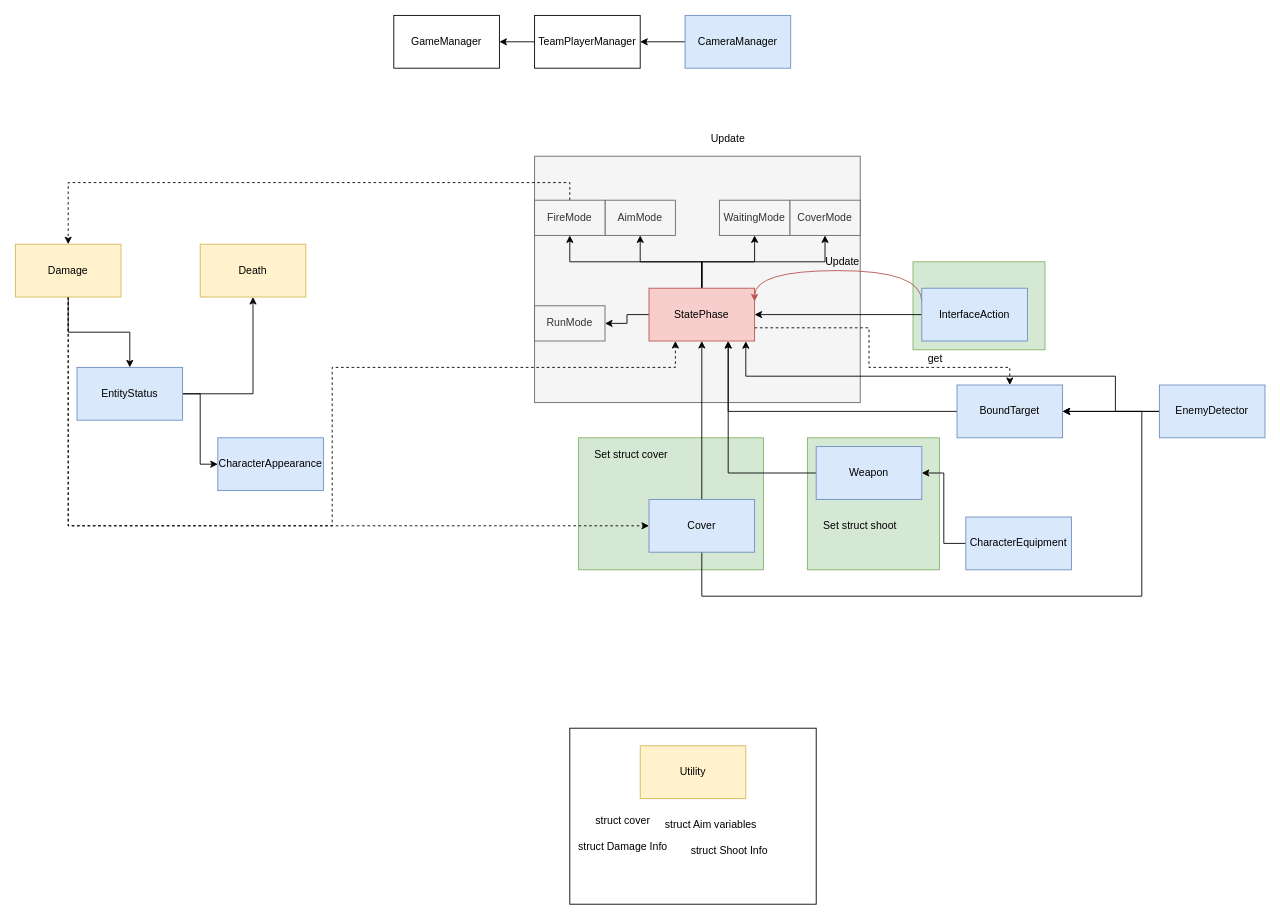
Before: Draw io/Cover and Fire programing scheme.drawio in ludoxe/Cover-and-Fire, a draw.io diagram. Source tidied: cells renumbered, new cells numbered last; positions are measured from the earlier drawing's top-left corner, leaving out a move shared by most shapes. Both pictures are drawn from the tidied source at 88%, with x=0, y=0 at pixel (15, 15).
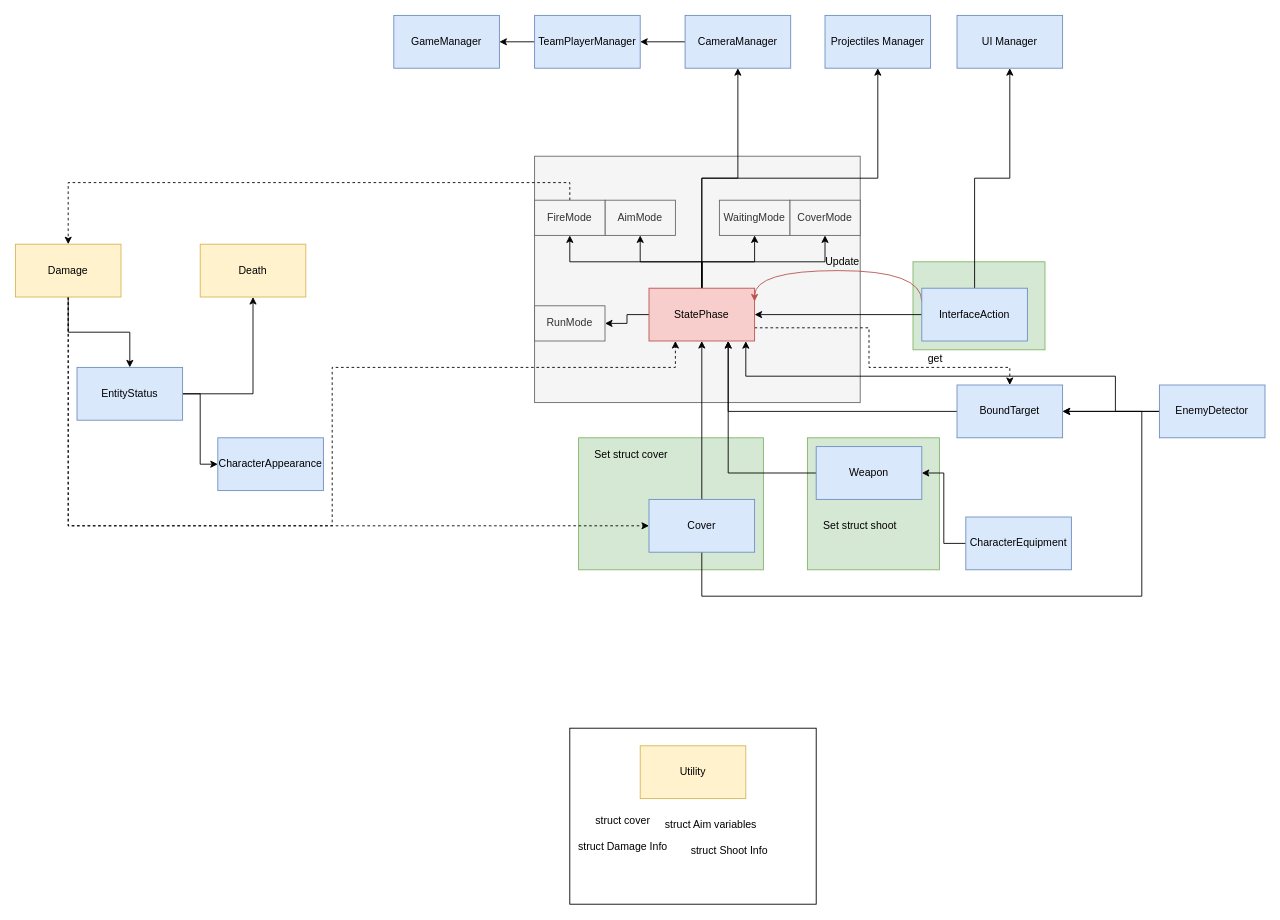
Above is the later version.

Unchanged cells that the change refers to:
```xml
<mxCell id="12" value="StatePhase" style="rounded=0;whiteSpace=wrap;html=1;fillColor=#f8cecc;strokeColor=#b85450;" parent="1" vertex="1">
  <mxGeometry x="720" y="310" width="120" height="60" as="geometry" />
</mxCell>
<mxCell id="18" value="InterfaceAction" style="rounded=0;whiteSpace=wrap;html=1;fillColor=#dae8fc;strokeColor=#6c8ebf;" parent="1" vertex="1">
  <mxGeometry x="1030" y="310" width="120" height="60" as="geometry" />
</mxCell>
<mxCell id="57" value="CameraManager" style="whiteSpace=wrap;html=1;fillColor=#dae8fc;strokeColor=#6c8ebf;" parent="1" vertex="1">
  <mxGeometry x="761" width="120" height="60" as="geometry" />
</mxCell>
```

Change to the diagram source:
```diff
@@
+    <mxCell id="60" style="edgeStyle=orthogonalEdgeStyle;rounded=0;jettySize=auto;html=1;exitX=0.5;exitY=0;exitDx=0;exitDy=0;entryX=0.5;entryY=1;entryDx=0;entryDy=0;" parent="1" edge="1" source="12" target="63">
+      <mxGeometry relative="1" as="geometry" />
+    </mxCell>
+    <mxCell id="61" style="edgeStyle=orthogonalEdgeStyle;rounded=0;jettySize=auto;html=1;exitX=0.5;exitY=0;exitDx=0;exitDy=0;" parent="1" edge="1" source="12" target="57">
+      <mxGeometry relative="1" as="geometry" />
+    </mxCell>
@@
+    <mxCell id="62" style="edgeStyle=orthogonalEdgeStyle;rounded=0;jettySize=auto;html=1;exitX=0.5;exitY=0;exitDx=0;exitDy=0;entryX=0.5;entryY=1;entryDx=0;entryDy=0;" parent="1" edge="1" source="18" target="64">
+      <mxGeometry relative="1" as="geometry" />
+    </mxCell>
@@
-    <mxCell id="52" value="GameManager" style="whiteSpace=wrap;html=1;" parent="1" vertex="1">
+    <mxCell id="52" value="GameManager" style="whiteSpace=wrap;html=1;fillColor=#dae8fc;strokeColor=#6c8ebf;" parent="1" vertex="1">
       <mxGeometry x="430" width="120" height="60" as="geometry" />
     </mxCell>
@@
-    <mxCell id="55" value="TeamPlayerManager" style="whiteSpace=wrap;html=1;" parent="1" vertex="1">
+    <mxCell id="55" value="TeamPlayerManager" style="whiteSpace=wrap;html=1;fillColor=#dae8fc;strokeColor=#6c8ebf;" parent="1" vertex="1">
       <mxGeometry x="590" width="120" height="60" as="geometry" />
     </mxCell>
@@
-    <mxCell id="58" value="Update" style="text;html=1;strokeColor=none;fillColor=none;align=center;verticalAlign=middle;whiteSpace=wrap;rounded=0;" parent="1" vertex="1">
-      <mxGeometry x="790" y="130" width="40" height="20" as="geometry" />
-    </mxCell>
@@
+    <mxCell id="63" value="Projectiles Manager" style="whiteSpace=wrap;html=1;fillColor=#dae8fc;strokeColor=#6c8ebf;" parent="1" vertex="1">
+      <mxGeometry x="920" width="120" height="60" as="geometry" />
+    </mxCell>
+    <mxCell id="64" value="UI Manager" style="rounded=0;whiteSpace=wrap;html=1;fillColor=#dae8fc;strokeColor=#6c8ebf;" parent="1" vertex="1">
+      <mxGeometry x="1070" width="120" height="60" as="geometry" />
+    </mxCell>
```
